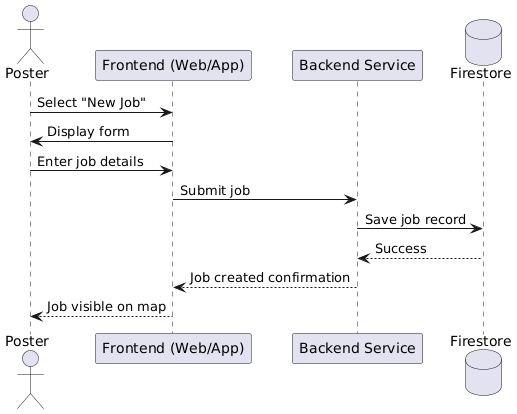
The PlantUML diagram documentation/1.2 Detailed User Stories, Requirements, and Initial Prototype/UC-1.png in tjung-git/OpenBid-Map-first-Bidding-Markplace, before a commit. Its diagram source:
```plantuml
@startuml
actor Poster
participant "Frontend (Web/App)" as FE
participant "Backend Service" as BE
database "Firestore" as DB

Poster -> FE: Select "New Job"
FE -> Poster: Display form
Poster -> FE: Enter job details
FE -> BE: Submit job
BE -> DB: Save job record
DB --> BE: Success
BE --> FE: Job created confirmation
FE --> Poster: Job visible on map
@enduml
```
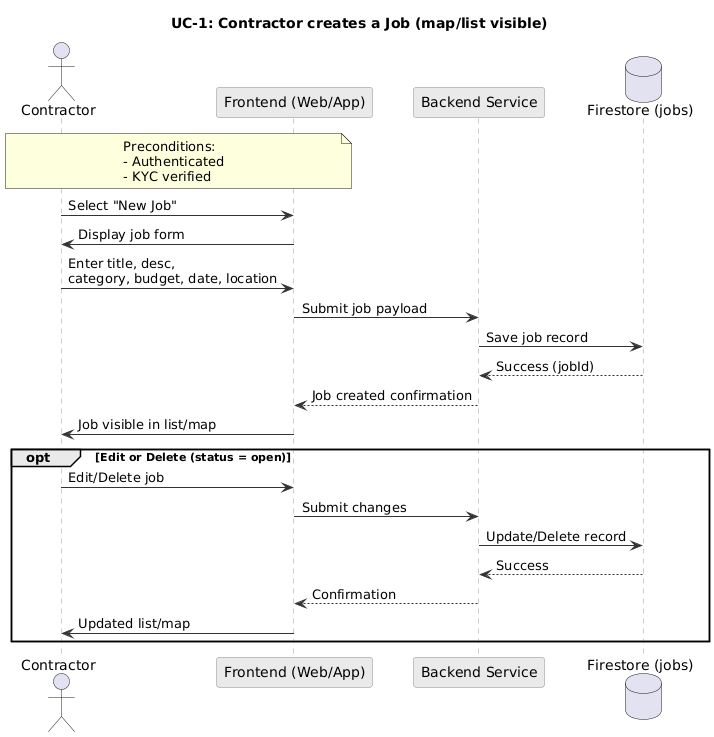
After the change.

What changed in the source:
```diff
@@ -1,15 +1,41 @@
 @startuml
-actor Poster
+title UC-1: Contractor creates a Job (map/list visible)
+
+skinparam backgroundColor #ffffff
+skinparam sequence {
+  ArrowColor #333333
+  LifeLineBorderColor #999
+  LifeLineBackgroundColor #f8f8f8
+  ParticipantBorderColor #8a8a8a
+  ParticipantBackgroundColor #eaeaea
+}
+
+actor Contractor
 participant "Frontend (Web/App)" as FE
 participant "Backend Service" as BE
-database "Firestore" as DB
+database "Firestore (jobs)" as FS
 
-Poster -> FE: Select "New Job"
-FE -> Poster: Display form
-Poster -> FE: Enter job details
-FE -> BE: Submit job
-BE -> DB: Save job record
-DB --> BE: Success
+note over Contractor, FE
+Preconditions:
+- Authenticated
+- KYC verified
+end note
+
+Contractor -> FE: Select "New Job"
+FE -> Contractor: Display job form
+Contractor -> FE: Enter title, desc,\ncategory, budget, date, location
+FE -> BE: Submit job payload
+BE -> FS: Save job record
+FS --> BE: Success (jobId)
 BE --> FE: Job created confirmation
-FE --> Poster: Job visible on map
+FE -> Contractor: Job visible in list/map
+
+opt Edit or Delete (status = open)
+  Contractor -> FE: Edit/Delete job
+  FE -> BE: Submit changes
+  BE -> FS: Update/Delete record
+  FS --> BE: Success
+  BE --> FE: Confirmation
+  FE -> Contractor: Updated list/map
+end
 @enduml
```
